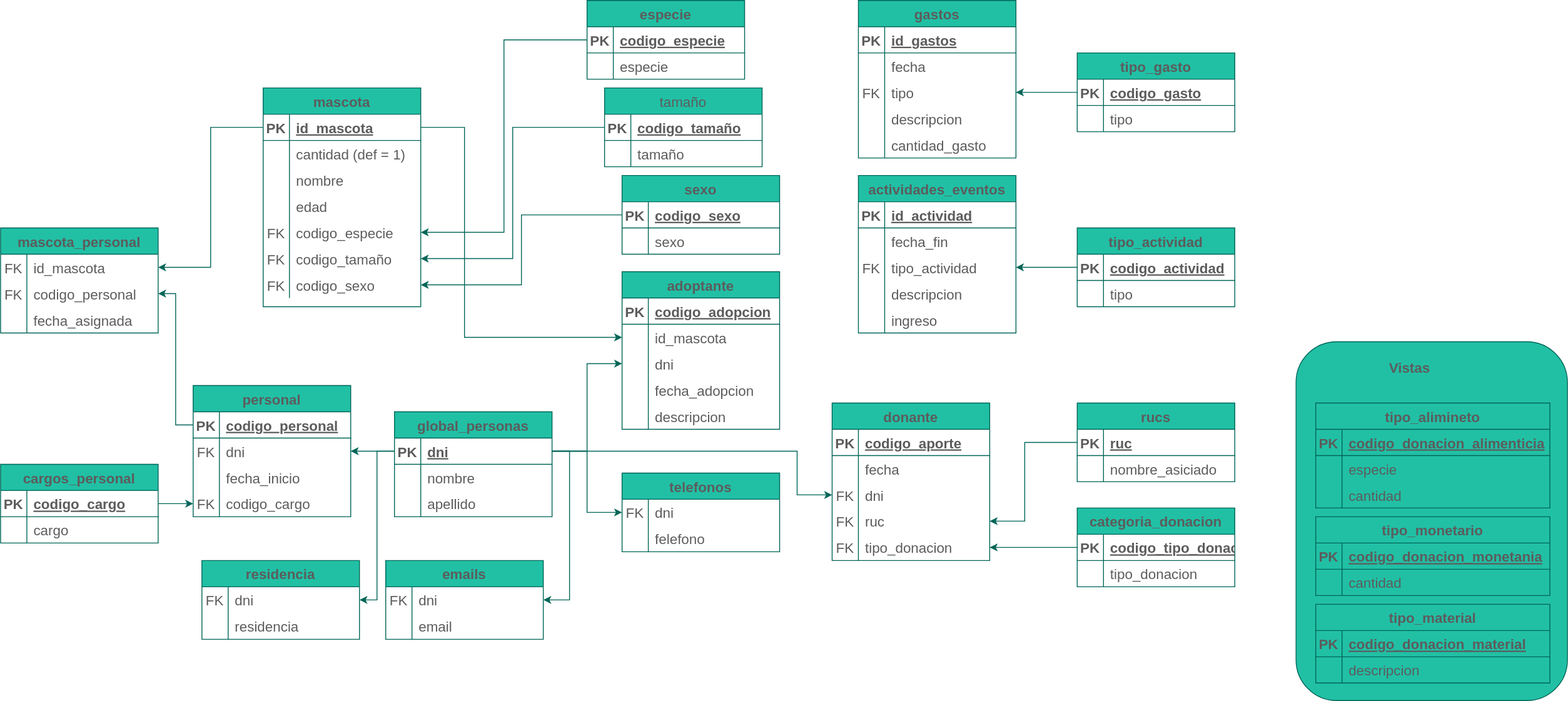
The draw.io diagram diagramas/tablas/Untitled Diagram.drawio.svg in Leo-Spj/SQL-CoderHouse, before a commit. Source tidied: cells renumbered, new cells last; positions are measured from the earlier drawing's top-left corner, leaving out a move shared by most shapes.
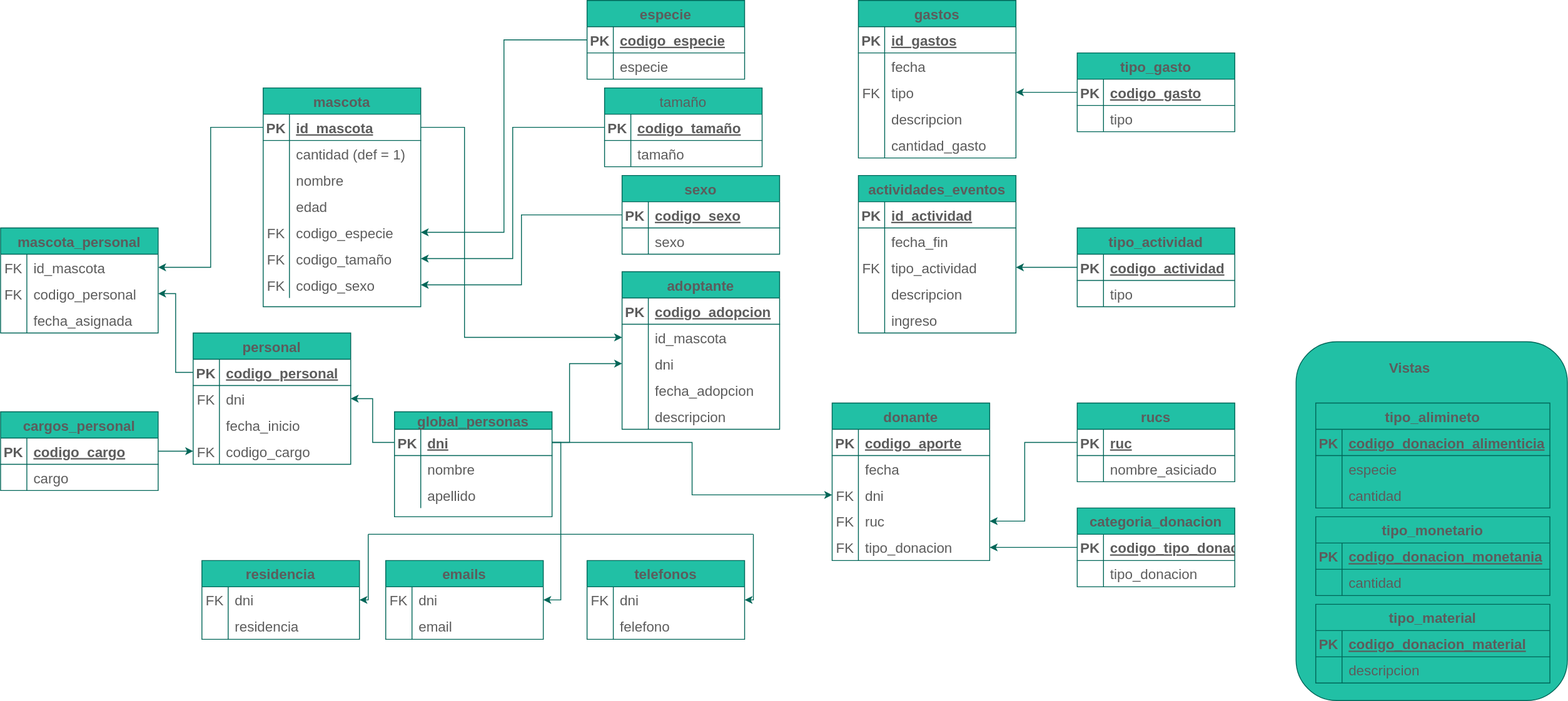
The same diagram one commit later.

Diff of the diagram source:
```diff
@@ -131,11 +131,11 @@
     <mxCell id="44" value="sexo" style="shape=partialRectangle;fillColor=none;top=0;left=0;bottom=0;right=0;align=left;spacingLeft=6;overflow=hidden;fontSize=16;strokeColor=#006658;fontColor=#5C5C5C;" parent="42" vertex="1">
       <mxGeometry x="30" width="150" height="30" as="geometry" />
     </mxCell>
-    <mxCell id="45" value="global_personas" style="shape=table;startSize=30;rowLines=0;fontStyle=1;align=center;fontSize=16;fillColor=#21C0A5;strokeColor=#006658;fontColor=#5C5C5C;" parent="1" vertex="1">
+    <mxCell id="45" value="global_personas" style="shape=table;startSize=20;rowLines=0;fontStyle=1;align=center;fontSize=16;fillColor=#21C0A5;strokeColor=#006658;fontColor=#5C5C5C;" parent="1" vertex="1">
       <mxGeometry x="450" y="470" width="180" height="120" as="geometry" />
     </mxCell>
     <mxCell id="46" style="shape=tableRow;horizontal=0;startSize=0;swimlaneHead=0;swimlaneBody=0;fillColor=none;points=[[0,0.5],[1,0.5]];portConstraint=eastwest;top=0;left=0;right=0;bottom=1;fontSize=16;strokeColor=#006658;fontColor=#5C5C5C;" parent="45" vertex="1">
-      <mxGeometry y="30" width="180" height="30" as="geometry" />
+      <mxGeometry y="20" width="180" height="30" as="geometry" />
     </mxCell>
     <mxCell id="47" value="PK" style="shape=partialRectangle;fillColor=none;top=0;left=0;bottom=0;right=0;fontStyle=1;overflow=hidden;fontSize=16;strokeColor=#006658;fontColor=#5C5C5C;" parent="46" vertex="1">
       <mxGeometry width="30" height="30" as="geometry" />
@@ -144,7 +144,7 @@
       <mxGeometry x="30" width="150" height="30" as="geometry" />
     </mxCell>
     <mxCell id="49" style="shape=tableRow;horizontal=0;startSize=0;swimlaneHead=0;swimlaneBody=0;fillColor=none;top=0;left=0;right=0;bottom=0;fontSize=16;strokeColor=#006658;fontColor=#5C5C5C;" parent="45" vertex="1">
-      <mxGeometry y="60" width="180" height="30" as="geometry" />
+      <mxGeometry y="50" width="180" height="30" as="geometry" />
     </mxCell>
     <mxCell id="50" style="shape=partialRectangle;fillColor=none;top=0;left=0;bottom=0;right=0;overflow=hidden;fontSize=16;strokeColor=#006658;fontColor=#5C5C5C;" parent="49" vertex="1">
       <mxGeometry width="30" height="30" as="geometry" />
@@ -153,7 +153,7 @@
       <mxGeometry x="30" width="150" height="30" as="geometry" />
     </mxCell>
     <mxCell id="52" style="shape=tableRow;horizontal=0;startSize=0;swimlaneHead=0;swimlaneBody=0;fillColor=none;top=0;left=0;right=0;bottom=0;fontSize=16;strokeColor=#006658;fontColor=#5C5C5C;" parent="45" vertex="1">
-      <mxGeometry y="90" width="180" height="30" as="geometry" />
+      <mxGeometry y="80" width="180" height="30" as="geometry" />
     </mxCell>
     <mxCell id="53" style="shape=partialRectangle;fillColor=none;top=0;left=0;bottom=0;right=0;overflow=hidden;fontSize=16;strokeColor=#006658;fontColor=#5C5C5C;" parent="52" vertex="1">
       <mxGeometry width="30" height="30" as="geometry" />
@@ -183,7 +183,7 @@
       <mxGeometry x="30" width="150" height="30" as="geometry" />
     </mxCell>
     <mxCell id="62" value="telefonos" style="shape=table;startSize=30;rowLines=0;fontStyle=1;align=center;fontSize=16;fillColor=#21C0A5;strokeColor=#006658;fontColor=#5C5C5C;" parent="1" vertex="1">
-      <mxGeometry x="710" y="540" width="180" height="90" as="geometry" />
+      <mxGeometry x="670" y="640" width="180" height="90" as="geometry" />
     </mxCell>
     <mxCell id="63" style="shape=tableRow;horizontal=0;startSize=0;swimlaneHead=0;swimlaneBody=0;fillColor=none;points=[[0,0.5],[1,0.5]];portConstraint=eastwest;top=0;left=0;right=0;bottom=0;fontSize=16;strokeColor=#006658;fontColor=#5C5C5C;" parent="62" vertex="1">
       <mxGeometry y="30" width="180" height="30" as="geometry" />
@@ -225,7 +225,7 @@
       <mxGeometry x="30" width="150" height="30" as="geometry" />
     </mxCell>
     <mxCell id="76" value="personal" style="shape=table;startSize=30;rowLines=0;fontStyle=1;align=center;fontSize=16;fillColor=#21C0A5;strokeColor=#006658;fontColor=#5C5C5C;" parent="1" vertex="1">
-      <mxGeometry x="220" y="440" width="180" height="150" as="geometry" />
+      <mxGeometry x="220" y="380" width="180" height="150" as="geometry" />
     </mxCell>
     <mxCell id="77" style="shape=tableRow;horizontal=0;startSize=0;swimlaneHead=0;swimlaneBody=0;fillColor=none;points=[[0,0.5],[1,0.5]];portConstraint=eastwest;top=0;left=0;right=0;bottom=1;fontSize=16;strokeColor=#006658;fontColor=#5C5C5C;" parent="76" vertex="1">
       <mxGeometry y="30" width="180" height="30" as="geometry" />
@@ -264,7 +264,7 @@
       <mxGeometry x="30" width="150" height="30" as="geometry" />
     </mxCell>
     <mxCell id="89" value="cargos_personal" style="shape=table;startSize=30;rowLines=0;fontStyle=1;align=center;fontSize=16;fillColor=#21C0A5;strokeColor=#006658;fontColor=#5C5C5C;" parent="1" vertex="1">
-      <mxGeometry y="530" width="180" height="90" as="geometry" />
+      <mxGeometry y="470" width="180" height="90" as="geometry" />
     </mxCell>
     <mxCell id="90" style="shape=tableRow;horizontal=0;startSize=0;swimlaneHead=0;swimlaneBody=0;fillColor=none;points=[[0,0.5],[1,0.5]];portConstraint=eastwest;top=0;left=0;right=0;bottom=1;fontSize=16;strokeColor=#006658;fontColor=#5C5C5C;" parent="89" vertex="1">
       <mxGeometry y="30" width="180" height="30" as="geometry" />
@@ -323,12 +323,6 @@
     <mxCell id="108" style="edgeStyle=orthogonalEdgeStyle;rounded=0;jettySize=auto;html=1;elbow=vertical;fontSize=16;strokeColor=#006658;fontColor=#5C5C5C;" parent="1" edge="1" source="77" target="101">
       <mxGeometry relative="1" as="geometry" />
     </mxCell>
-    <mxCell id="109" style="edgeStyle=orthogonalEdgeStyle;rounded=0;jettySize=auto;html=1;elbow=vertical;fontSize=16;strokeColor=#006658;fontColor=#5C5C5C;" parent="1" edge="1" source="46" target="63">
-      <mxGeometry relative="1" as="geometry" />
-    </mxCell>
-    <mxCell id="110" style="edgeStyle=orthogonalEdgeStyle;rounded=0;jettySize=auto;html=1;elbow=vertical;fontSize=16;strokeColor=#006658;fontColor=#5C5C5C;" parent="1" edge="1" source="46" target="70">
-      <mxGeometry relative="1" as="geometry" />
-    </mxCell>
     <mxCell id="111" style="edgeStyle=orthogonalEdgeStyle;rounded=0;jettySize=auto;html=1;elbow=vertical;fontSize=16;strokeColor=#006658;fontColor=#5C5C5C;" parent="1" edge="1" source="3" target="98">
       <mxGeometry relative="1" as="geometry" />
     </mxCell>
@@ -482,19 +476,16 @@
       <mxGeometry x="30" width="150" height="30" as="geometry" />
     </mxCell>
     <mxCell id="160" style="edgeStyle=orthogonalEdgeStyle;rounded=0;jettySize=auto;html=1;elbow=vertical;fontSize=16;strokeColor=#006658;fontColor=#5C5C5C;" parent="1" edge="1" source="46" target="151">
-      <mxGeometry relative="1" as="geometry" />
+      <mxGeometry relative="1" as="geometry">
+        <Array as="points">
+          <mxPoint x="650" y="505" />
+          <mxPoint x="650" y="415" />
+        </Array>
+      </mxGeometry>
     </mxCell>
     <mxCell id="161" style="edgeStyle=orthogonalEdgeStyle;rounded=0;jettySize=auto;html=1;elbow=vertical;fontSize=16;strokeColor=#006658;fontColor=#5C5C5C;" parent="1" edge="1" source="25" target="15">
       <mxGeometry relative="1" as="geometry" />
     </mxCell>
-    <mxCell id="162" style="edgeStyle=orthogonalEdgeStyle;rounded=0;jettySize=auto;html=1;elbow=vertical;fontSize=16;strokeColor=#006658;fontColor=#5C5C5C;" parent="1" edge="1" source="46" target="119">
-      <mxGeometry relative="1" as="geometry">
-        <Array as="points">
-          <mxPoint x="910" y="515" />
-          <mxPoint x="910" y="565" />
-        </Array>
-      </mxGeometry>
-    </mxCell>
     <mxCell id="163" style="edgeStyle=orthogonalEdgeStyle;rounded=0;jettySize=auto;html=1;entryX=1;entryY=0.5;entryDx=0;entryDy=0;elbow=vertical;fontSize=16;strokeColor=#006658;fontColor=#5C5C5C;" parent="1" edge="1" source="32" target="18">
       <mxGeometry relative="1" as="geometry" />
     </mxCell>
@@ -731,13 +722,34 @@
         </Array>
       </mxGeometry>
     </mxCell>
-    <mxCell id="240" style="edgeStyle=orthogonalEdgeStyle;rounded=0;jettySize=auto;html=1;entryX=1;entryY=0.5;entryDx=0;entryDy=0;strokeColor=#006658;fontColor=#5C5C5C;fillColor=#21C0A5;" parent="1" edge="1" source="46" target="56">
-      <mxGeometry relative="1" as="geometry">
-        <Array as="points">
-          <mxPoint x="650" y="515" />
-          <mxPoint x="650" y="685" />
-        </Array>
-      </mxGeometry>
-    </mxCell>
+    <mxCell id="162" style="edgeStyle=orthogonalEdgeStyle;rounded=0;jettySize=auto;html=1;strokeColor=#006658;fontColor=#5C5C5C;fillColor=#21C0A5;" parent="1" edge="1" source="46" target="119">
+      <mxGeometry relative="1" as="geometry" />
+    </mxCell>
+    <mxCell id="241" style="endArrow=none;html=1;rounded=0;strokeColor=#006658;fontColor=#5C5C5C;fillColor=#21C0A5;" parent="1" edge="1">
+      <mxGeometry relative="1" as="geometry">
+        <mxPoint x="420" y="610" as="sourcePoint" />
+        <mxPoint x="860" y="610" as="targetPoint" />
+      </mxGeometry>
+    </mxCell>
+    <mxCell id="242" style="endArrow=classic;html=1;rounded=0;strokeColor=#006658;fontColor=#5C5C5C;fillColor=#21C0A5;edgeStyle=orthogonalEdgeStyle;" parent="1" edge="1" target="56">
+      <mxGeometry relative="1" as="geometry">
+        <mxPoint x="640" y="610" as="sourcePoint" />
+      </mxGeometry>
+    </mxCell>
+    <mxCell id="243" style="endArrow=classic;html=1;rounded=0;strokeColor=#006658;fontColor=#5C5C5C;fillColor=#21C0A5;edgeStyle=orthogonalEdgeStyle;" parent="1" edge="1" target="70">
+      <mxGeometry relative="1" as="geometry">
+        <mxPoint x="420" y="610" as="sourcePoint" />
+      </mxGeometry>
+    </mxCell>
+    <mxCell id="244" style="endArrow=classic;html=1;rounded=0;strokeColor=#006658;fontColor=#5C5C5C;fillColor=#21C0A5;edgeStyle=orthogonalEdgeStyle;" parent="1" edge="1" target="63">
+      <mxGeometry relative="1" as="geometry">
+        <mxPoint x="860" y="610" as="sourcePoint" />
+      </mxGeometry>
+    </mxCell>
+    <mxCell id="245" style="endArrow=none;html=1;rounded=0;strokeColor=#006658;fontColor=#5C5C5C;fillColor=#21C0A5;edgeStyle=orthogonalEdgeStyle;" parent="1" edge="1" source="46">
+      <mxGeometry relative="1" as="geometry">
+        <mxPoint x="640" y="610" as="targetPoint" />
+      </mxGeometry>
+    </mxCell>
   </root>
 </mxGraphModel>
```
